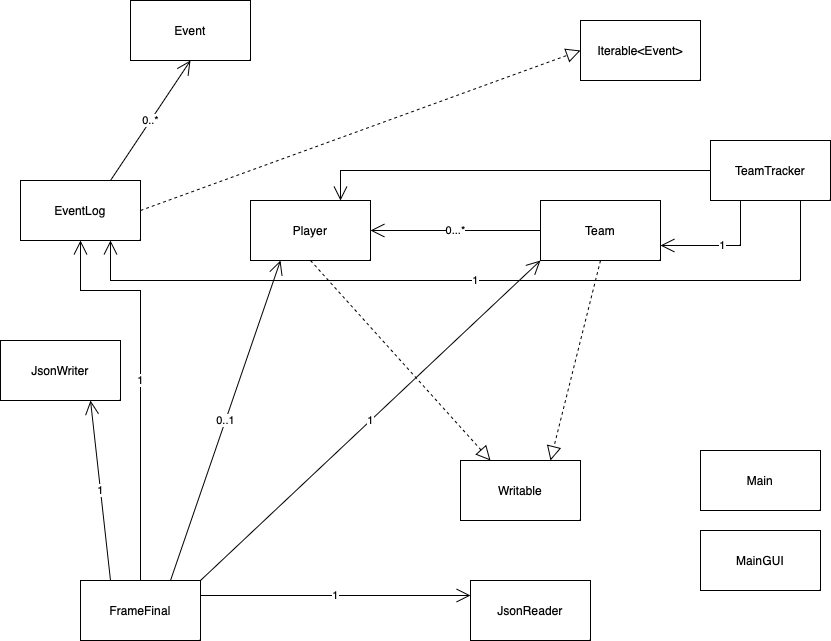
Before: UML_Design_Diagram.png, a diagram exported from draw.io (afifmv/TeamTracker). Source tidied: cells renumbered, new cells last; positions are measured from the earlier drawing's top-left corner, leaving out a move shared by most shapes. Source of this version:
```xml
<mxGraphModel>
  <root>
    <mxCell id="0" />
    <mxCell id="1" parent="0" />
    <mxCell id="2" value="Event" style="whiteSpace=wrap;html=1;" parent="1" vertex="1">
      <mxGeometry x="130" width="120" height="60" as="geometry" />
    </mxCell>
    <mxCell id="3" value="EventLog&lt;br&gt;" style="whiteSpace=wrap;html=1;" parent="1" vertex="1">
      <mxGeometry x="20" y="180" width="120" height="60" as="geometry" />
    </mxCell>
    <mxCell id="4" value="Iterable&amp;lt;Event&amp;gt;" style="whiteSpace=wrap;html=1;" parent="1" vertex="1">
      <mxGeometry x="580" y="20" width="120" height="60" as="geometry" />
    </mxCell>
    <mxCell id="5" value="Player&lt;br&gt;" style="whiteSpace=wrap;html=1;" parent="1" vertex="1">
      <mxGeometry x="250" y="200" width="120" height="60" as="geometry" />
    </mxCell>
    <mxCell id="6" value="Team&lt;br&gt;" style="whiteSpace=wrap;html=1;" parent="1" vertex="1">
      <mxGeometry x="540" y="200" width="120" height="60" as="geometry" />
    </mxCell>
    <mxCell id="7" value="JsonReader&lt;br&gt;" style="whiteSpace=wrap;html=1;" parent="1" vertex="1">
      <mxGeometry x="470" y="580" width="120" height="60" as="geometry" />
    </mxCell>
    <mxCell id="8" value="JsonWriter&lt;br&gt;" style="whiteSpace=wrap;html=1;" parent="1" vertex="1">
      <mxGeometry y="340" width="120" height="60" as="geometry" />
    </mxCell>
    <mxCell id="9" value="Writable&lt;br&gt;" style="whiteSpace=wrap;html=1;" parent="1" vertex="1">
      <mxGeometry x="460" y="460" width="120" height="60" as="geometry" />
    </mxCell>
    <mxCell id="10" style="endArrow=block;dashed=1;endFill=0;endSize=12;html=1;rounded=0;entryX=0.25;entryY=0;entryDx=0;entryDy=0;exitX=0.5;exitY=1;exitDx=0;exitDy=0;" parent="1" edge="1" source="5" target="9">
      <mxGeometry relative="1" as="geometry" />
    </mxCell>
    <mxCell id="11" style="endArrow=block;dashed=1;endFill=0;endSize=12;html=1;rounded=0;entryX=0.75;entryY=0;entryDx=0;entryDy=0;exitX=0.5;exitY=1;exitDx=0;exitDy=0;" parent="1" edge="1" source="6" target="9">
      <mxGeometry relative="1" as="geometry" />
    </mxCell>
    <mxCell id="12" style="endArrow=block;dashed=1;endFill=0;endSize=12;html=1;rounded=0;entryX=0;entryY=0.5;entryDx=0;entryDy=0;exitX=1;exitY=0.5;exitDx=0;exitDy=0;" parent="1" edge="1" source="3" target="4">
      <mxGeometry relative="1" as="geometry" />
    </mxCell>
    <mxCell id="13" value="0..*&lt;br&gt;" style="endArrow=open;endFill=1;endSize=12;html=1;rounded=0;entryX=0.5;entryY=1;entryDx=0;entryDy=0;exitX=0.75;exitY=0;exitDx=0;exitDy=0;" parent="1" edge="1" source="3" target="2">
      <mxGeometry relative="1" as="geometry" />
    </mxCell>
    <mxCell id="14" value="0...*&lt;br&gt;" style="endArrow=open;endFill=1;endSize=12;html=1;rounded=0;exitX=0;exitY=0.5;exitDx=0;exitDy=0;entryX=1;entryY=0.5;entryDx=0;entryDy=0;" parent="1" edge="1" source="6" target="5">
      <mxGeometry relative="1" as="geometry" />
    </mxCell>
    <mxCell id="15" value="FrameFinal&lt;br&gt;" style="whiteSpace=wrap;html=1;" parent="1" vertex="1">
      <mxGeometry x="80" y="580" width="120" height="60" as="geometry" />
    </mxCell>
    <mxCell id="16" value="0..1&lt;br&gt;" style="endArrow=open;endFill=1;endSize=12;html=1;rounded=0;entryX=0.25;entryY=1;entryDx=0;entryDy=0;exitX=0.75;exitY=0;exitDx=0;exitDy=0;" parent="1" edge="1" source="15" target="5">
      <mxGeometry relative="1" as="geometry" />
    </mxCell>
    <mxCell id="17" value="1&lt;br&gt;" style="endArrow=open;endFill=1;endSize=12;html=1;rounded=0;entryX=0;entryY=1;entryDx=0;entryDy=0;exitX=1;exitY=0;exitDx=0;exitDy=0;" parent="1" edge="1" source="15" target="6">
      <mxGeometry relative="1" as="geometry" />
    </mxCell>
    <mxCell id="18" value="1&lt;br&gt;" style="endArrow=open;endFill=1;endSize=12;html=1;rounded=0;entryX=0.75;entryY=1;entryDx=0;entryDy=0;exitX=0.25;exitY=0;exitDx=0;exitDy=0;" parent="1" edge="1" source="15" target="8">
      <mxGeometry relative="1" as="geometry" />
    </mxCell>
    <mxCell id="19" value="1" style="endArrow=open;endFill=1;endSize=12;html=1;rounded=0;entryX=0;entryY=0.25;entryDx=0;entryDy=0;exitX=1;exitY=0.25;exitDx=0;exitDy=0;" parent="1" edge="1" source="15" target="7">
      <mxGeometry relative="1" as="geometry" />
    </mxCell>
    <mxCell id="20" value="1" style="endArrow=open;endFill=1;endSize=12;html=1;rounded=0;entryX=0.5;entryY=1;entryDx=0;entryDy=0;exitX=0.5;exitY=0;exitDx=0;exitDy=0;" parent="1" edge="1" source="15" target="3">
      <mxGeometry relative="1" as="geometry">
        <Array as="points">
          <mxPoint x="140" y="290" />
          <mxPoint x="80" y="290" />
        </Array>
      </mxGeometry>
    </mxCell>
    <mxCell id="21" value="TeamTracker" style="whiteSpace=wrap;html=1;" parent="1" vertex="1">
      <mxGeometry x="710" y="140" width="120" height="60" as="geometry" />
    </mxCell>
    <mxCell id="22" value="1&lt;br&gt;" style="endArrow=open;endFill=1;endSize=12;html=1;rounded=0;exitX=0.25;exitY=1;exitDx=0;exitDy=0;entryX=1;entryY=0.75;entryDx=0;entryDy=0;" parent="1" edge="1" source="21" target="6">
      <mxGeometry relative="1" as="geometry">
        <Array as="points">
          <mxPoint x="740" y="245" />
        </Array>
      </mxGeometry>
    </mxCell>
    <mxCell id="23" style="endArrow=open;endFill=1;endSize=12;html=1;rounded=0;entryX=0.75;entryY=0;entryDx=0;entryDy=0;exitX=0;exitY=0.5;exitDx=0;exitDy=0;" parent="1" edge="1" source="21" target="5">
      <mxGeometry relative="1" as="geometry">
        <Array as="points">
          <mxPoint x="340" y="170" />
        </Array>
      </mxGeometry>
    </mxCell>
    <mxCell id="24" value="1" style="endArrow=open;endFill=1;endSize=12;html=1;rounded=0;entryX=0.75;entryY=1;entryDx=0;entryDy=0;exitX=0.75;exitY=1;exitDx=0;exitDy=0;" parent="1" edge="1" source="21" target="3">
      <mxGeometry relative="1" as="geometry">
        <Array as="points">
          <mxPoint x="800" y="280" />
          <mxPoint x="110" y="280" />
        </Array>
      </mxGeometry>
    </mxCell>
    <mxCell id="25" value="Main&lt;br&gt;" style="whiteSpace=wrap;html=1;" parent="1" vertex="1">
      <mxGeometry x="700" y="450" width="120" height="60" as="geometry" />
    </mxCell>
    <mxCell id="26" value="MainGUI&lt;br&gt;" style="whiteSpace=wrap;html=1;" parent="1" vertex="1">
      <mxGeometry x="700" y="530" width="120" height="60" as="geometry" />
    </mxCell>
  </root>
</mxGraphModel>
```
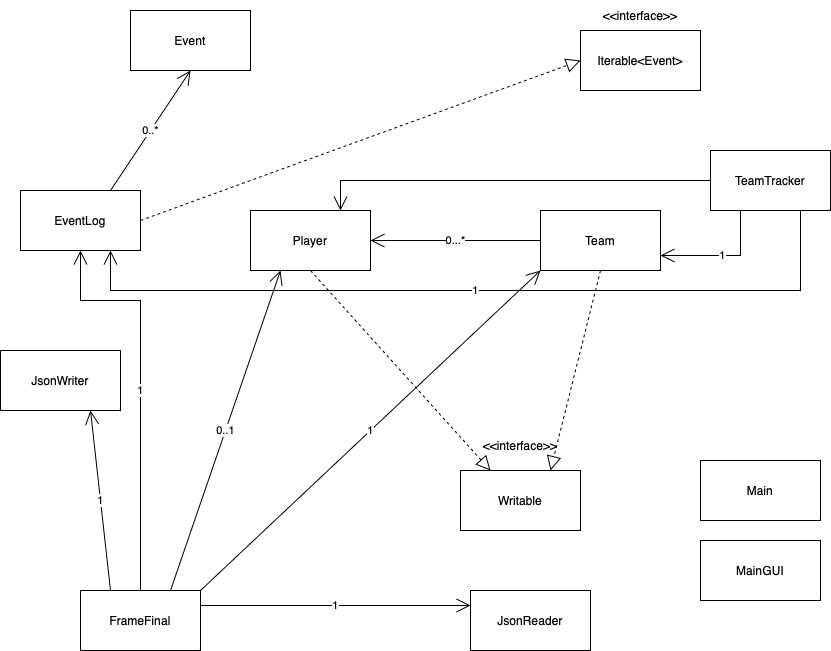
Above is the later version.

Commit message:
Phase 4 Completed with code coverage

Diff of the diagram source:
```diff
@@ -95,5 +95,11 @@
     <mxCell id="26" value="MainGUI&lt;br&gt;" style="whiteSpace=wrap;html=1;" parent="1" vertex="1">
       <mxGeometry x="700" y="530" width="120" height="60" as="geometry" />
     </mxCell>
+    <mxCell id="27" value="&amp;lt;&amp;lt;interface&amp;gt;&amp;gt;" style="text;strokeColor=none;align=center;fillColor=none;html=1;verticalAlign=middle;whiteSpace=wrap;rounded=0;" parent="1" vertex="1">
+      <mxGeometry x="490" y="420" width="60" height="30" as="geometry" />
+    </mxCell>
+    <mxCell id="28" value="&amp;lt;&amp;lt;interface&amp;gt;&amp;gt;" style="text;strokeColor=none;align=center;fillColor=none;html=1;verticalAlign=middle;whiteSpace=wrap;rounded=0;" parent="1" vertex="1">
+      <mxGeometry x="610" y="-10" width="60" height="30" as="geometry" />
+    </mxCell>
   </root>
 </mxGraphModel>
```
